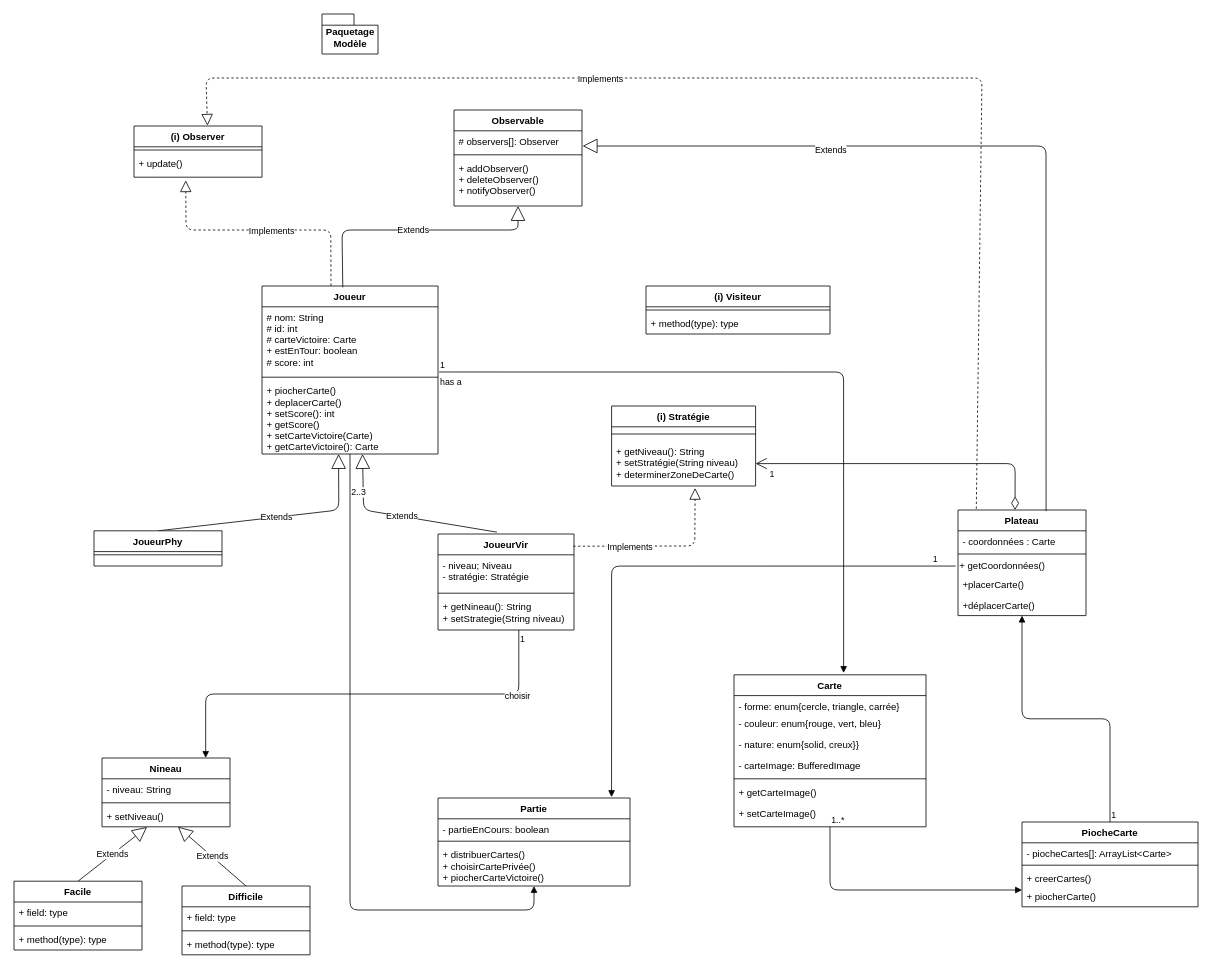
Above: classe_paquetageModèle.drawio in codingTheWorld777/Diagrams-Project_SHAPE_UP (draw.io), before the change. Source tidied: cells renumbered, new cells numbered last; positions are measured from the earlier drawing's top-left corner, leaving out a move shared by most shapes. Both pictures are drawn from the tidied source at 80%, with x=0, y=0 at pixel (14, 14).
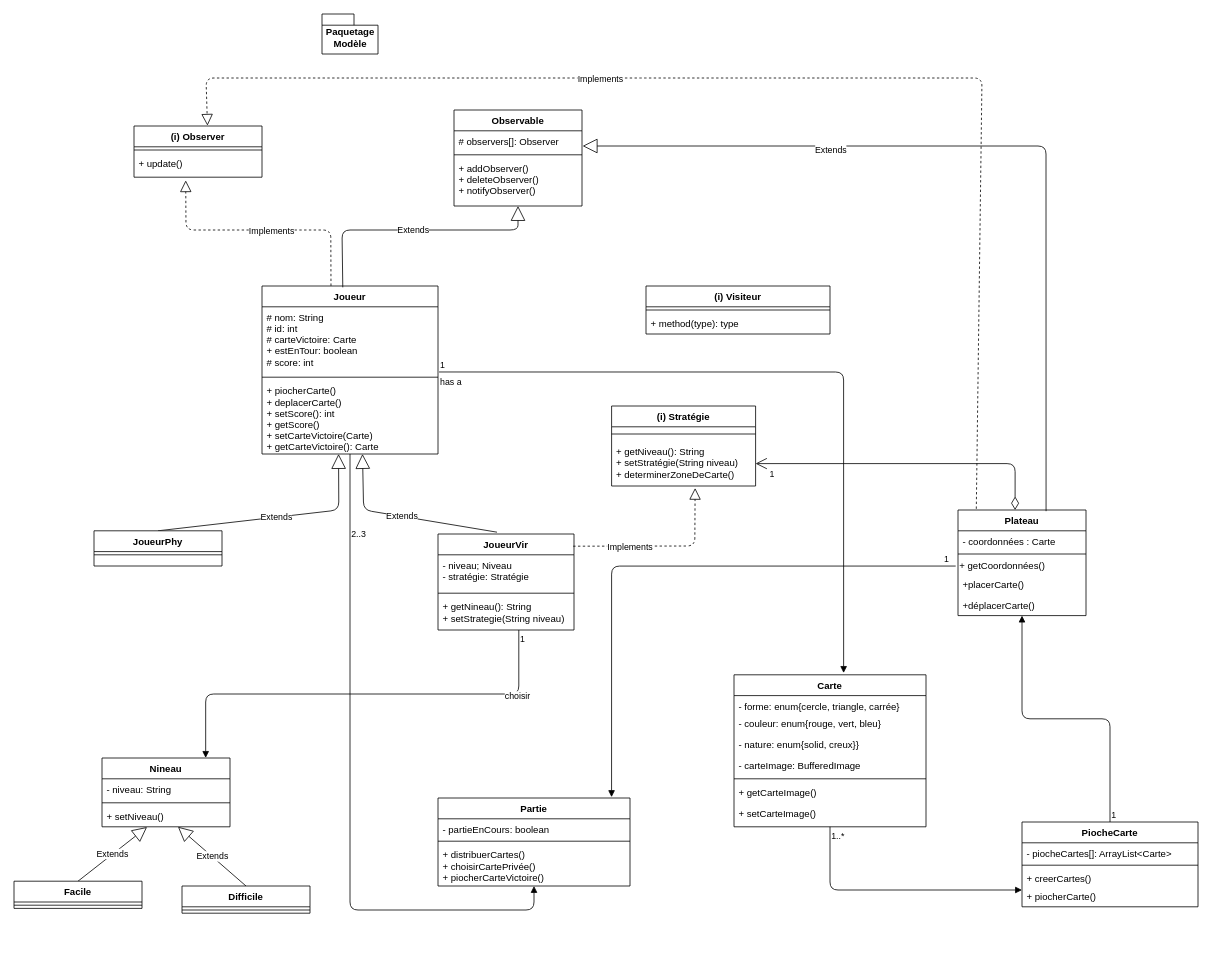
The same diagram, later.

Unchanged cells that the change refers to:
```xml
<mxCell id="62" style="endArrow=block;endFill=1;html=1;edgeStyle=orthogonalEdgeStyle;align=left;verticalAlign=top;" parent="1" edge="1" source="30" target="44">
  <mxGeometry x="-1" relative="1" as="geometry">
    <Array as="points">
      <mxPoint x="1210" y="1095" />
      <mxPoint x="1210" y="1095" />
    </Array>
  </mxGeometry>
</mxCell>
<mxCell id="66" style="endArrow=block;endFill=1;html=1;edgeStyle=orthogonalEdgeStyle;align=left;verticalAlign=top;entryX=0.904;entryY=-0.01;entryDx=0;entryDy=0;entryPerimeter=0;exitX=-0.018;exitY=0.503;exitDx=0;exitDy=0;exitPerimeter=0;" parent="1" edge="1" source="56" target="49">
  <mxGeometry x="-1" relative="1" as="geometry" />
</mxCell>
<mxCell id="68" style="endArrow=block;endFill=1;html=1;edgeStyle=orthogonalEdgeStyle;align=left;verticalAlign=top;" parent="1" edge="1" source="10" target="52">
  <mxGeometry x="-1" relative="1" as="geometry">
    <Array as="points">
      <mxPoint x="420" y="1120" />
    </Array>
  </mxGeometry>
</mxCell>
```

The edit, as a diff of the source:
```diff
@@
     <mxCell id="18" value="Facile" style="swimlane;fontStyle=1;align=center;verticalAlign=top;horizontal=1;startSize=26;fontColor=#000000;" parent="1" vertex="1">
-      <mxGeometry y="1084" width="160" height="86" as="geometry" />
+      <mxGeometry y="1084" width="160" height="34" as="geometry" />
     </mxCell>
-    <mxCell id="19" value="+ field: type" style="text;strokeColor=none;fillColor=none;align=left;verticalAlign=top;spacingLeft=4;spacingRight=4;overflow=hidden;" parent="18" vertex="1">
-      <mxGeometry y="26" width="160" height="26" as="geometry" />
-    </mxCell>
     <mxCell id="20" style="line;strokeWidth=1;fillColor=none;align=left;verticalAlign=middle;spacingTop=-1;spacingLeft=3;spacingRight=3;labelPosition=right;" parent="18" vertex="1">
-      <mxGeometry y="52" width="160" height="8" as="geometry" />
+      <mxGeometry y="26" width="160" height="8" as="geometry" />
     </mxCell>
-    <mxCell id="21" value="+ method(type): type" style="text;strokeColor=none;fillColor=none;align=left;verticalAlign=top;spacingLeft=4;spacingRight=4;overflow=hidden;" parent="18" vertex="1">
-      <mxGeometry y="60" width="160" height="26" as="geometry" />
-    </mxCell>
     <mxCell id="22" value="Difficile" style="swimlane;fontStyle=1;align=center;verticalAlign=top;horizontal=1;startSize=26;fontColor=#000000;" parent="1" vertex="1">
-      <mxGeometry x="210" y="1090" width="160" height="86" as="geometry" />
+      <mxGeometry x="210" y="1090" width="160" height="34" as="geometry" />
     </mxCell>
-    <mxCell id="23" value="+ field: type" style="text;strokeColor=none;fillColor=none;align=left;verticalAlign=top;spacingLeft=4;spacingRight=4;overflow=hidden;" parent="22" vertex="1">
-      <mxGeometry y="26" width="160" height="26" as="geometry" />
-    </mxCell>
     <mxCell id="24" style="line;strokeWidth=1;fillColor=none;align=left;verticalAlign=middle;spacingTop=-1;spacingLeft=3;spacingRight=3;labelPosition=right;" parent="22" vertex="1">
-      <mxGeometry y="52" width="160" height="8" as="geometry" />
+      <mxGeometry y="26" width="160" height="8" as="geometry" />
     </mxCell>
-    <mxCell id="25" value="+ method(type): type" style="text;strokeColor=none;fillColor=none;align=left;verticalAlign=top;spacingLeft=4;spacingRight=4;overflow=hidden;" parent="22" vertex="1">
-      <mxGeometry y="60" width="160" height="26" as="geometry" />
-    </mxCell>
@@
     <mxCell id="63" value="1..*" style="edgeLabel;html=1;align=left;verticalAlign=bottom;" parent="62" vertex="1">
-      <mxGeometry x="-1" relative="1" as="geometry" />
+      <mxGeometry x="-1" relative="1" as="geometry">
+        <mxPoint y="20" as="offset" />
+      </mxGeometry>
     </mxCell>
@@
     <mxCell id="67" value="1" style="edgeLabel;html=1;align=left;verticalAlign=bottom;" parent="66" vertex="1">
       <mxGeometry x="-1" relative="1" as="geometry">
-        <mxPoint x="-30" as="offset" />
+        <mxPoint x="-16.1" y="-0.1" as="offset" />
       </mxGeometry>
     </mxCell>
@@
     <mxCell id="69" value="2..3" style="edgeLabel;html=1;align=left;verticalAlign=bottom;" parent="68" vertex="1">
       <mxGeometry x="-1" relative="1" as="geometry">
-        <mxPoint y="56" as="offset" />
+        <mxPoint y="108" as="offset" />
       </mxGeometry>
     </mxCell>
```
